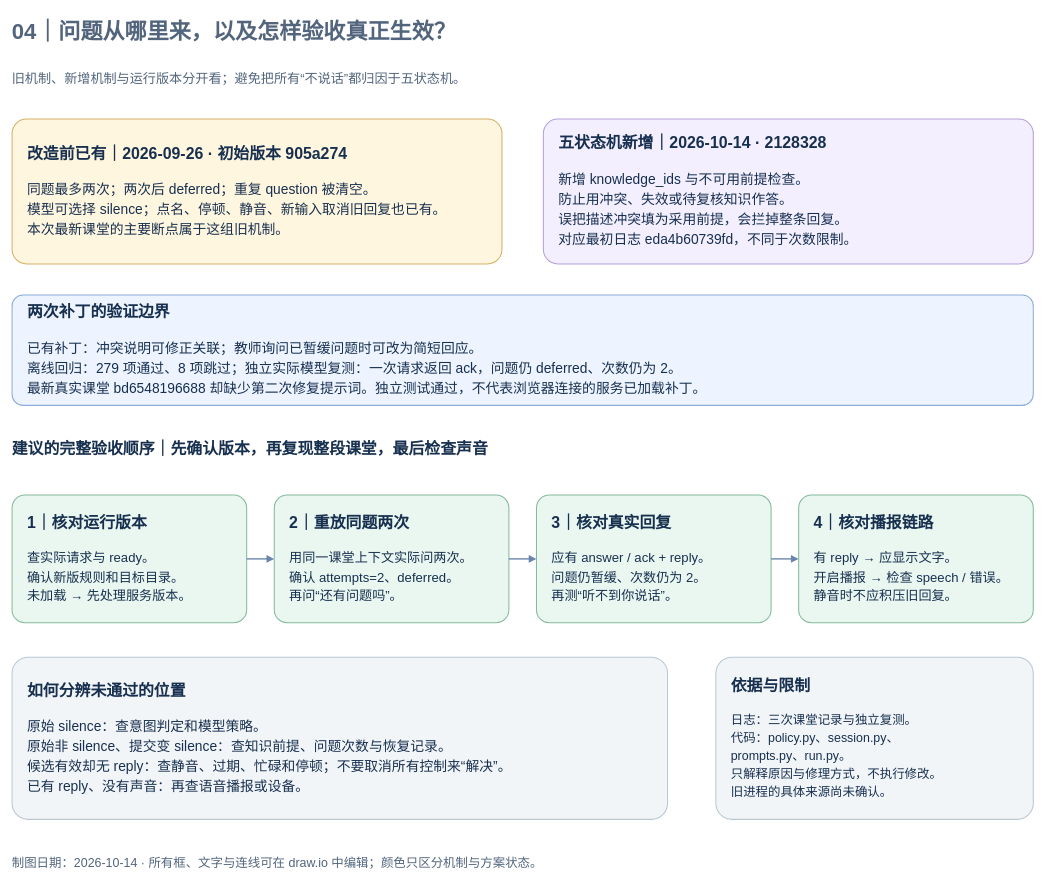
The draw.io diagram page "04｜问题从哪里来，以及怎样验收真正生效？" (4 of 5) of docs/发言机制诊断/LearnFromYou-学生不发言原因与针对性修理.drawio in Liyang-pai/LearnFromYou, before the edit. Source tidied: cells renumbered, new cells numbered last; positions are measured from the earlier drawing's top-left corner, leaving out a move shared by most shapes. Both pictures are drawn from the tidied source at 69%, with x=0, y=0 at pixel (12, 12).
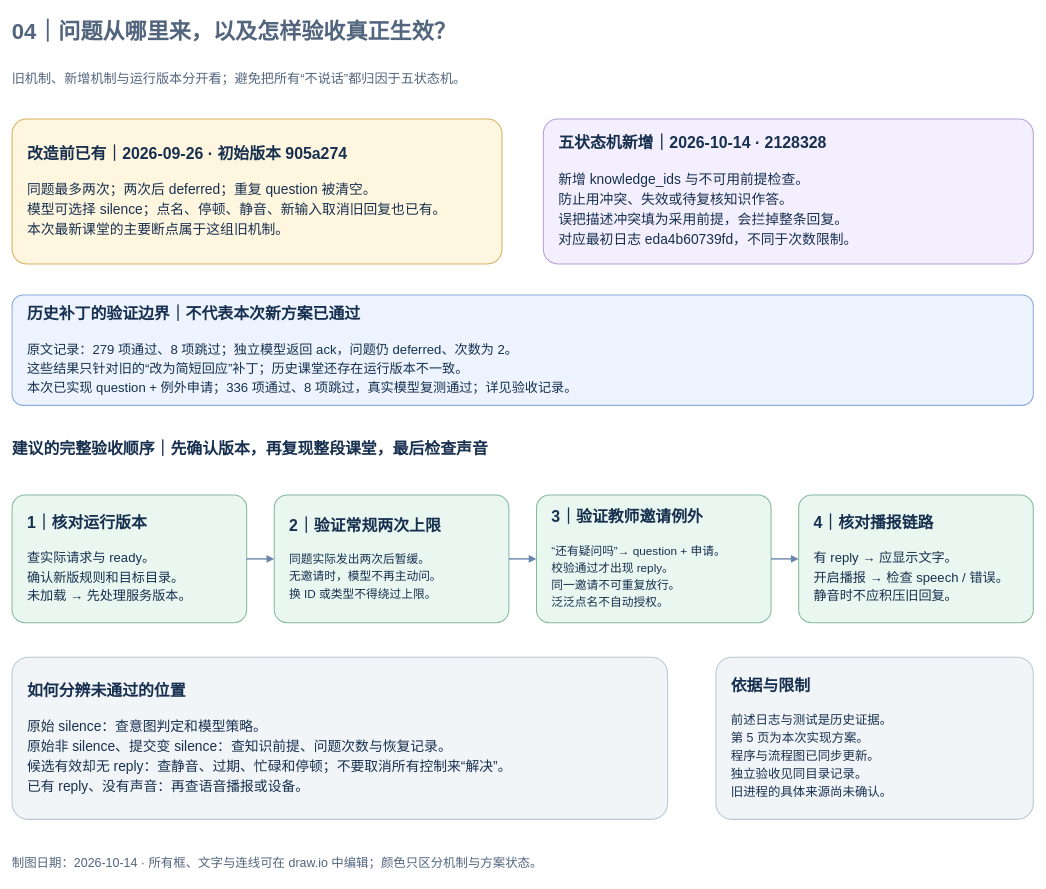
Above is the later version.

What changed in the source:
```diff
@@
 <mxGraphModel background="#FFFFFF">
   <root>
     <mxCell id="0" />
     <mxCell id="1" parent="0" />
     <mxCell id="2" value="04｜问题从哪里来，以及怎样验收真正生效？" style="text;html=1;whiteSpace=wrap;align=left;verticalAlign=middle;fontFamily=PingFang SC;fontSize=32;fontColor=#52657D;fontStyle=1;spacing=0;strokeColor=none;fillColor=none;" parent="1" vertex="1">
       <mxGeometry width="1480" height="55" as="geometry" />
     </mxCell>
     <mxCell id="3" value="旧机制、新增机制与运行版本分开看；避免把所有“不说话”都归因于五状态机。" style="text;html=1;whiteSpace=wrap;align=left;verticalAlign=middle;fontFamily=PingFang SC;fontSize=19;fontColor=#52657D;fontStyle=0;spacing=0;strokeColor=none;fillColor=none;" parent="1" vertex="1">
       <mxGeometry y="65" width="1480" height="65" as="geometry" />
     </mxCell>
     <mxCell id="4" value="&lt;div style=&quot;font-size:23px;font-weight:bold;line-height:1.25&quot;&gt;改造前已有｜2026-09-26 · 初始版本 905a274&lt;/div&gt;&lt;br&gt;&lt;div style=&quot;font-size:20px;line-height:1.45&quot;&gt;同题最多两次；两次后 deferred；重复 question 被清空。&lt;br&gt;模型可选择 silence；点名、停顿、静音、新输入取消旧回复也已有。&lt;br&gt;本次最新课堂的主要断点属于这组旧机制。&lt;/div&gt;" style="rounded=1;arcSize=10;html=1;whiteSpace=wrap;align=left;verticalAlign=middle;spacing=22;fontFamily=PingFang SC;fontSize=20;fontColor=#17304F;fillColor=#FFF6DF;strokeColor=#D4B164;strokeWidth=1.5;" parent="1" vertex="1">
       <mxGeometry y="155" width="710" height="210" as="geometry" />
     </mxCell>
     <mxCell id="5" value="&lt;div style=&quot;font-size:23px;font-weight:bold;line-height:1.25&quot;&gt;五状态机新增｜2026-10-14 · 2128328&lt;/div&gt;&lt;br&gt;&lt;div style=&quot;font-size:20px;line-height:1.45&quot;&gt;新增 knowledge_ids 与不可用前提检查。&lt;br&gt;防止用冲突、失效或待复核知识作答。&lt;br&gt;误把描述冲突填为采用前提，会拦掉整条回复。&lt;br&gt;对应最初日志 eda4b60739fd，不同于次数限制。&lt;/div&gt;" style="rounded=1;arcSize=10;html=1;whiteSpace=wrap;align=left;verticalAlign=middle;spacing=22;fontFamily=PingFang SC;fontSize=20;fontColor=#17304F;fillColor=#F3EFFF;strokeColor=#B6A0D9;strokeWidth=1.5;" parent="1" vertex="1">
       <mxGeometry x="770" y="155" width="710" height="210" as="geometry" />
     </mxCell>
-    <mxCell id="6" value="&lt;div style=&quot;font-size:23px;font-weight:bold;line-height:1.25&quot;&gt;两次补丁的验证边界&lt;/div&gt;&lt;br&gt;&lt;div style=&quot;font-size:20px;line-height:1.45&quot;&gt;已有补丁：冲突说明可修正关联；教师询问已暂缓问题时可改为简短回应。&lt;br&gt;离线回归：279 项通过、8 项跳过；独立实际模型复测：一次请求返回 ack，问题仍 deferred、次数仍为 2。&lt;br&gt;最新真实课堂 bd6548196688 却缺少第二次修复提示词。独立测试通过，不代表浏览器连接的服务已加载补丁。&lt;/div&gt;" style="rounded=1;arcSize=10;html=1;whiteSpace=wrap;align=left;verticalAlign=middle;spacing=22;fontFamily=PingFang SC;fontSize=20;fontColor=#17304F;fillColor=#EDF4FF;strokeColor=#8CACDE;strokeWidth=1.5;" parent="1" vertex="1">
+    <mxCell id="6" value="&lt;div style=&quot;font-size:23px;font-weight:bold;line-height:1.25&quot;&gt;历史补丁的验证边界｜不代表本次新方案已通过&lt;/div&gt;&lt;br&gt;&lt;div style=&quot;font-size:19px;line-height:1.45&quot;&gt;原文记录：279 项通过、8 项跳过；独立模型返回 ack，问题仍 deferred、次数为 2。&lt;br&gt;这些结果只针对旧的“改为简短回应”补丁；历史课堂还存在运行版本不一致。&lt;br&gt;本次已实现 question + 例外申请；336 项通过、8 项跳过，真实模型复测通过；详见验收记录。&lt;/div&gt;" style="rounded=1;arcSize=10;html=1;whiteSpace=wrap;align=left;verticalAlign=middle;spacing=22;fontFamily=PingFang SC;fontSize=20;fontColor=#17304F;fillColor=#EDF4FF;strokeColor=#8CACDE;strokeWidth=1.5;" parent="1" vertex="1">
       <mxGeometry y="410" width="1480" height="160" as="geometry" />
     </mxCell>
     <mxCell id="7" value="建议的完整验收顺序｜先确认版本，再复现整段课堂，最后检查声音" style="text;html=1;whiteSpace=wrap;align=left;verticalAlign=middle;fontFamily=PingFang SC;fontSize=23;fontColor=#17304F;fontStyle=1;spacing=0;strokeColor=none;fillColor=none;" parent="1" vertex="1">
       <mxGeometry y="610" width="1480" height="45" as="geometry" />
     </mxCell>
     <mxCell id="8" value="&lt;div style=&quot;font-size:23px;font-weight:bold;line-height:1.25&quot;&gt;1｜核对运行版本&lt;/div&gt;&lt;br&gt;&lt;div style=&quot;font-size:19px;line-height:1.45&quot;&gt;查实际请求与 ready。&lt;br&gt;确认新版规则和目标目录。&lt;br&gt;未加载 → 先处理服务版本。&lt;/div&gt;" style="rounded=1;arcSize=10;html=1;whiteSpace=wrap;align=left;verticalAlign=middle;spacing=22;fontFamily=PingFang SC;fontSize=19;fontColor=#17304F;fillColor=#EAF7F0;strokeColor=#84BA9E;strokeWidth=1.5;" parent="1" vertex="1">
       <mxGeometry y="700" width="340" height="185" as="geometry" />
     </mxCell>
-    <mxCell id="9" value="&lt;div style=&quot;font-size:23px;font-weight:bold;line-height:1.25&quot;&gt;2｜重放同题两次&lt;/div&gt;&lt;br&gt;&lt;div style=&quot;font-size:19px;line-height:1.45&quot;&gt;用同一课堂上下文实际问两次。&lt;br&gt;确认 attempts=2、deferred。&lt;br&gt;再问“还有问题吗”。&lt;/div&gt;" style="rounded=1;arcSize=10;html=1;whiteSpace=wrap;align=left;verticalAlign=middle;spacing=22;fontFamily=PingFang SC;fontSize=19;fontColor=#17304F;fillColor=#EAF7F0;strokeColor=#84BA9E;strokeWidth=1.5;" parent="1" vertex="1">
+    <mxCell id="9" value="&lt;div style=&quot;font-size:23px;font-weight:bold;line-height:1.25&quot;&gt;2｜验证常规两次上限&lt;/div&gt;&lt;br&gt;&lt;div style=&quot;font-size:17px;line-height:1.45&quot;&gt;同题实际发出两次后暂缓。&lt;br&gt;无邀请时，模型不再主动问。&lt;br&gt;换 ID 或类型不得绕过上限。&lt;/div&gt;" style="rounded=1;arcSize=10;html=1;whiteSpace=wrap;align=left;verticalAlign=middle;spacing=22;fontFamily=PingFang SC;fontSize=19;fontColor=#17304F;fillColor=#EAF7F0;strokeColor=#84BA9E;strokeWidth=1.5;" parent="1" vertex="1">
       <mxGeometry x="380" y="700" width="340" height="185" as="geometry" />
     </mxCell>
-    <mxCell id="10" value="&lt;div style=&quot;font-size:23px;font-weight:bold;line-height:1.25&quot;&gt;3｜核对真实回复&lt;/div&gt;&lt;br&gt;&lt;div style=&quot;font-size:19px;line-height:1.45&quot;&gt;应有 answer / ack + reply。&lt;br&gt;问题仍暂缓、次数仍为 2。&lt;br&gt;再测“听不到你说话”。&lt;/div&gt;" style="rounded=1;arcSize=10;html=1;whiteSpace=wrap;align=left;verticalAlign=middle;spacing=22;fontFamily=PingFang SC;fontSize=19;fontColor=#17304F;fillColor=#EAF7F0;strokeColor=#84BA9E;strokeWidth=1.5;" parent="1" vertex="1">
+    <mxCell id="10" value="&lt;div style=&quot;font-size:23px;font-weight:bold;line-height:1.25&quot;&gt;3｜验证教师邀请例外&lt;/div&gt;&lt;br&gt;&lt;div style=&quot;font-size:17px;line-height:1.45&quot;&gt;“还有疑问吗”→ question + 申请。&lt;br&gt;校验通过才出现 reply。&lt;br&gt;同一邀请不可重复放行。&lt;br&gt;泛泛点名不自动授权。&lt;/div&gt;" style="rounded=1;arcSize=10;html=1;whiteSpace=wrap;align=left;verticalAlign=middle;spacing=22;fontFamily=PingFang SC;fontSize=19;fontColor=#17304F;fillColor=#EAF7F0;strokeColor=#84BA9E;strokeWidth=1.5;" parent="1" vertex="1">
       <mxGeometry x="760" y="700" width="340" height="185" as="geometry" />
     </mxCell>
     <mxCell id="11" value="&lt;div style=&quot;font-size:23px;font-weight:bold;line-height:1.25&quot;&gt;4｜核对播报链路&lt;/div&gt;&lt;br&gt;&lt;div style=&quot;font-size:19px;line-height:1.45&quot;&gt;有 reply → 应显示文字。&lt;br&gt;开启播报 → 检查 speech / 错误。&lt;br&gt;静音时不应积压旧回复。&lt;/div&gt;" style="rounded=1;arcSize=10;html=1;whiteSpace=wrap;align=left;verticalAlign=middle;spacing=22;fontFamily=PingFang SC;fontSize=19;fontColor=#17304F;fillColor=#EAF7F0;strokeColor=#84BA9E;strokeWidth=1.5;" parent="1" vertex="1">
       <mxGeometry x="1140" y="700" width="340" height="185" as="geometry" />
     </mxCell>
     <mxCell id="12" style="edgeStyle=orthogonalEdgeStyle;rounded=1;html=1;endArrow=block;endFill=1;strokeWidth=2;strokeColor=#6985AB;fontFamily=PingFang SC;fontSize=16;fontColor=#52657D;labelBackgroundColor=#FFFFFF;exitX=1;exitY=0.5;entryX=0;entryY=0.5;" parent="1" edge="1" source="8" target="9">
       <mxGeometry relative="1" as="geometry" />
     </mxCell>
     <mxCell id="13" style="edgeStyle=orthogonalEdgeStyle;rounded=1;html=1;endArrow=block;endFill=1;strokeWidth=2;strokeColor=#6985AB;fontFamily=PingFang SC;fontSize=16;fontColor=#52657D;labelBackgroundColor=#FFFFFF;exitX=1;exitY=0.5;entryX=0;entryY=0.5;" parent="1" edge="1" source="9" target="10">
       <mxGeometry relative="1" as="geometry" />
     </mxCell>
     <mxCell id="14" style="edgeStyle=orthogonalEdgeStyle;rounded=1;html=1;endArrow=block;endFill=1;strokeWidth=2;strokeColor=#6985AB;fontFamily=PingFang SC;fontSize=16;fontColor=#52657D;labelBackgroundColor=#FFFFFF;exitX=1;exitY=0.5;entryX=0;entryY=0.5;" parent="1" edge="1" source="10" target="11">
       <mxGeometry relative="1" as="geometry" />
     </mxCell>
     <mxCell id="15" value="&lt;div style=&quot;font-size:23px;font-weight:bold;line-height:1.25&quot;&gt;如何分辨未通过的位置&lt;/div&gt;&lt;br&gt;&lt;div style=&quot;font-size:20px;line-height:1.45&quot;&gt;原始 silence：查意图判定和模型策略。&lt;br&gt;原始非 silence、提交变 silence：查知识前提、问题次数与恢复记录。&lt;br&gt;候选有效却无 reply：查静音、过期、忙碌和停顿；不要取消所有控制来“解决”。&lt;br&gt;已有 reply、没有声音：再查语音播报或设备。&lt;/div&gt;" style="rounded=1;arcSize=10;html=1;whiteSpace=wrap;align=left;verticalAlign=middle;spacing=22;fontFamily=PingFang SC;fontSize=20;fontColor=#17304F;fillColor=#F2F5F8;strokeColor=#BBC7D3;strokeWidth=1.5;" parent="1" vertex="1">
       <mxGeometry y="935" width="950" height="235" as="geometry" />
     </mxCell>
-    <mxCell id="16" value="&lt;div style=&quot;font-size:23px;font-weight:bold;line-height:1.25&quot;&gt;依据与限制&lt;/div&gt;&lt;br&gt;&lt;div style=&quot;font-size:18px;line-height:1.45&quot;&gt;日志：三次课堂记录与独立复测。&lt;br&gt;代码：policy.py、session.py、&lt;br&gt;prompts.py、run.py。&lt;br&gt;只解释原因与修理方式，不执行修改。&lt;br&gt;旧进程的具体来源尚未确认。&lt;/div&gt;" style="rounded=1;arcSize=10;html=1;whiteSpace=wrap;align=left;verticalAlign=middle;spacing=22;fontFamily=PingFang SC;fontSize=18;fontColor=#17304F;fillColor=#F2F5F8;strokeColor=#BBC7D3;strokeWidth=1.5;" parent="1" vertex="1">
+    <mxCell id="16" value="&lt;div style=&quot;font-size:23px;font-weight:bold;line-height:1.25&quot;&gt;依据与限制&lt;/div&gt;&lt;br&gt;&lt;div style=&quot;font-size:18px;line-height:1.45&quot;&gt;前述日志与测试是历史证据。&lt;br&gt;第 5 页为本次实现方案。&lt;br&gt;程序与流程图已同步更新。&lt;br&gt;独立验收见同目录记录。&lt;br&gt;旧进程的具体来源尚未确认。&lt;/div&gt;" style="rounded=1;arcSize=10;html=1;whiteSpace=wrap;align=left;verticalAlign=middle;spacing=22;fontFamily=PingFang SC;fontSize=18;fontColor=#17304F;fillColor=#F2F5F8;strokeColor=#BBC7D3;strokeWidth=1.5;" parent="1" vertex="1">
       <mxGeometry x="1020" y="935" width="460" height="235" as="geometry" />
     </mxCell>
     <mxCell id="17" value="制图日期：2026-10-14 · 所有框、文字与连线可在 draw.io 中编辑；颜色只区分机制与方案状态。" style="text;html=1;whiteSpace=wrap;align=left;verticalAlign=middle;fontFamily=PingFang SC;fontSize=18;fontColor=#52657D;fontStyle=0;spacing=0;strokeColor=none;fillColor=none;" parent="1" vertex="1">
       <mxGeometry y="1210" width="1480" height="45" as="geometry" />
     </mxCell>
   </root>
 </mxGraphModel>
```
